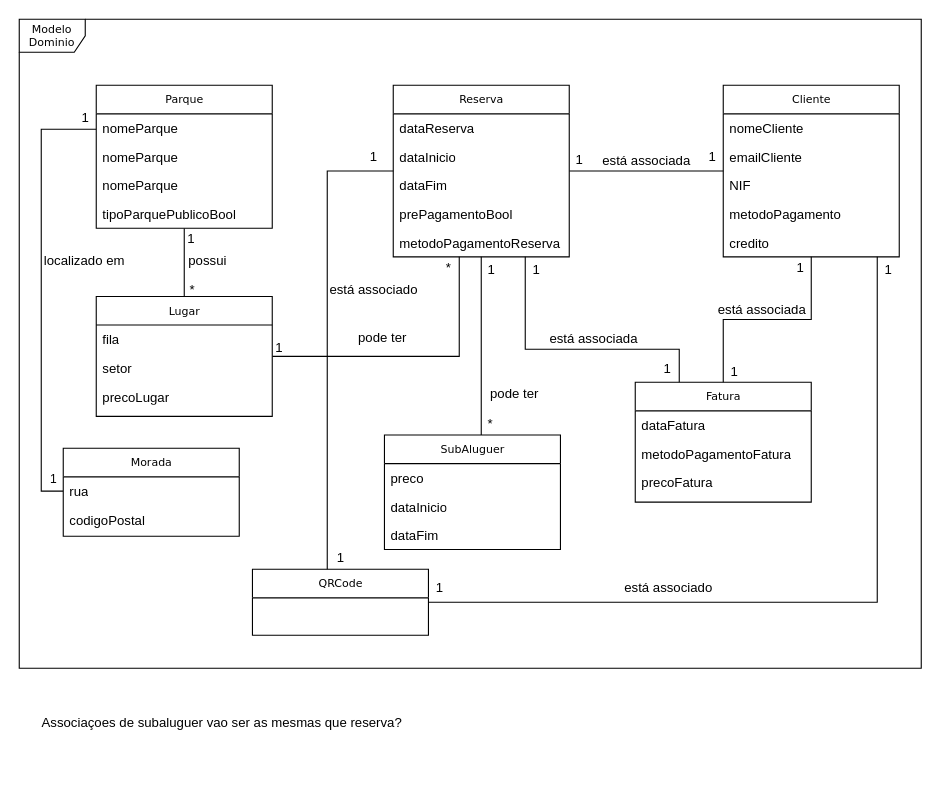
Before: ModeloDominio.drawio in PauloTor/UPskillDOTNET, a draw.io diagram. Source tidied: cells renumbered, new cells numbered last; positions are measured from the earlier drawing's top-left corner, leaving out a move shared by most shapes. Both pictures are drawn from the tidied source at 110%, with x=0, y=0 at pixel (19, 19).
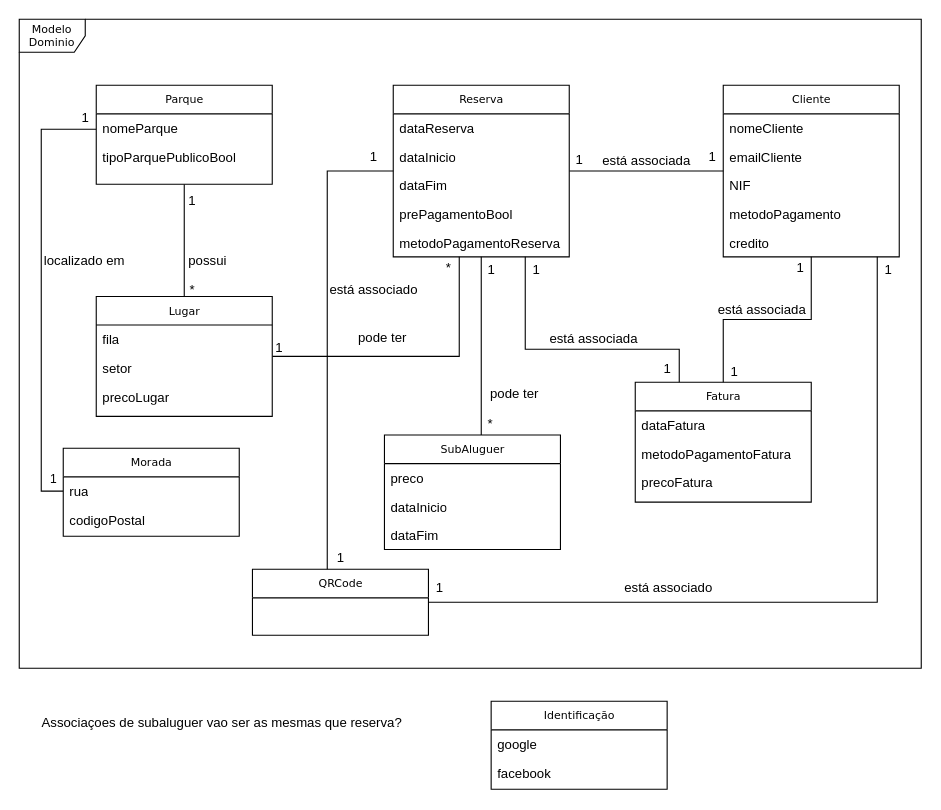
The same diagram, later.

Commit message (it also covers changes not shown here):
correçao das associaçoes nos modelos dominio

Change to the diagram source:
```diff
@@
     <mxCell id="29" value="Parque" style="swimlane;html=1;fontStyle=0;horizontal=1;startSize=26;fillColor=none;swimlaneFillColor=#ffffff;rounded=0;shadow=0;comic=0;labelBackgroundColor=none;strokeWidth=1;fontFamily=Verdana;fontSize=10;align=center;" parent="1" vertex="1">
-      <mxGeometry x="70" y="60" width="160" height="130" as="geometry" />
+      <mxGeometry x="70" y="60" width="160" height="90" as="geometry" />
     </mxCell>
@@
-    <mxCell id="31" value="nomeParque" style="text;html=1;strokeColor=none;fillColor=none;align=left;verticalAlign=top;spacingLeft=4;spacingRight=4;whiteSpace=wrap;overflow=hidden;" parent="29" vertex="1">
-      <mxGeometry y="52" width="160" height="26" as="geometry" />
-    </mxCell>
-    <mxCell id="32" value="nomeParque" style="text;html=1;strokeColor=none;fillColor=none;align=left;verticalAlign=top;spacingLeft=4;spacingRight=4;whiteSpace=wrap;overflow=hidden;" parent="29" vertex="1">
-      <mxGeometry y="78" width="160" height="26" as="geometry" />
-    </mxCell>
     <mxCell id="33" value="tipoParquePublicoBool" style="text;html=1;strokeColor=none;fillColor=none;align=left;verticalAlign=top;spacingLeft=4;spacingRight=4;whiteSpace=wrap;overflow=hidden;" parent="29" vertex="1">
-      <mxGeometry y="104" width="160" height="26" as="geometry" />
+      <mxGeometry y="52" width="160" height="26" as="geometry" />
     </mxCell>
@@
     <mxCell id="49" value="1" style="text;html=1;align=center;verticalAlign=middle;" parent="1" vertex="1">
-      <mxGeometry x="146" y="190" width="20" height="20" as="geometry" />
+      <mxGeometry x="147" y="155" width="20" height="20" as="geometry" />
     </mxCell>
@@
+    <mxCell id="73" value="Identificação" style="swimlane;html=1;fontStyle=0;horizontal=1;startSize=26;fillColor=none;swimlaneFillColor=#ffffff;rounded=0;shadow=0;comic=0;labelBackgroundColor=none;strokeWidth=1;fontFamily=Verdana;fontSize=10;align=center;" parent="1" vertex="1">
+      <mxGeometry x="429" y="620" width="160" height="80" as="geometry" />
+    </mxCell>
+    <mxCell id="74" value="google" style="text;html=1;strokeColor=none;fillColor=none;align=left;verticalAlign=top;spacingLeft=4;spacingRight=4;whiteSpace=wrap;overflow=hidden;" parent="73" vertex="1">
+      <mxGeometry y="26" width="160" height="26" as="geometry" />
+    </mxCell>
+    <mxCell id="75" value="facebook" style="text;html=1;strokeColor=none;fillColor=none;align=left;verticalAlign=top;spacingLeft=4;spacingRight=4;whiteSpace=wrap;overflow=hidden;" parent="73" vertex="1">
+      <mxGeometry y="52" width="160" height="26" as="geometry" />
+    </mxCell>
```
